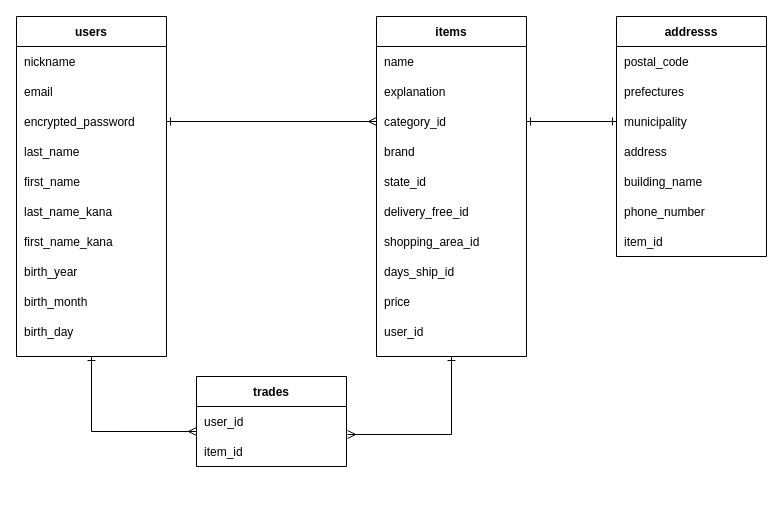
This is furima.dio from ga-syu0106/furima-31534, a draw.io file, before an edit. Source tidied: cells renumbered, new cells numbered last; positions are measured from the earlier drawing's top-left corner, leaving out a move shared by most shapes. Both pictures are drawn from the tidied source at 100%, with x=0, y=0 at pixel (16, 16).
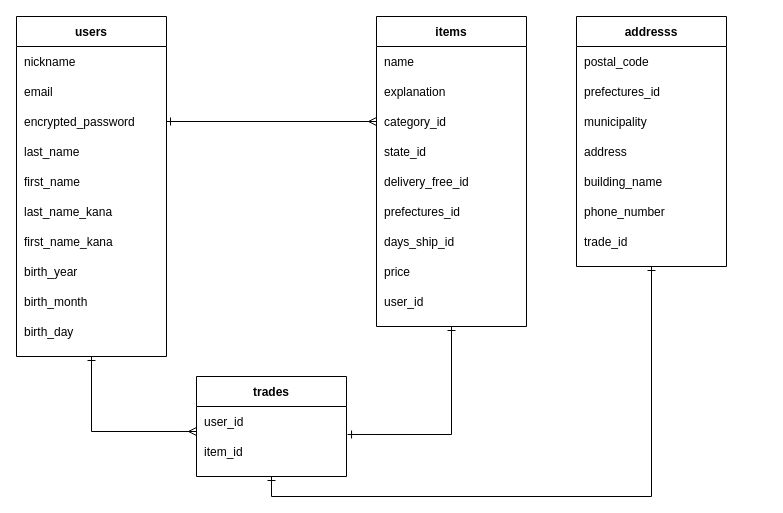
After the change.

Commit message:
ER図 修正 part2

The change refers to these unchanged cells:
```xml
<mxCell id="30" style="shape=partialRectangle;fillColor=none;top=0;left=0;bottom=0;right=0;points=[[0,0.5],[1,0.5]];portConstraint=eastwest;" parent="25" vertex="1">
  <mxGeometry y="90" width="150" height="30" as="geometry" />
</mxCell>
<mxCell id="49" style="shape=partialRectangle;fillColor=none;top=0;left=0;bottom=0;right=0;" parent="46" vertex="1">
  <mxGeometry y="60" width="150" height="30" as="geometry" />
</mxCell>
<mxCell id="51" style="shape=partialRectangle;fillColor=none;top=0;left=0;bottom=0;right=0;points=[[0,0.5],[1,0.5]];portConstraint=eastwest;" parent="46" vertex="1">
  <mxGeometry y="90" width="150" height="30" as="geometry" />
</mxCell>
<mxCell id="59" style="shape=partialRectangle;fillColor=none;top=0;left=0;bottom=0;right=0;" parent="46" vertex="1">
  <mxGeometry y="210" width="150" height="30" as="geometry" />
</mxCell>
<mxCell id="64" style="shape=partialRectangle;fillColor=none;top=0;left=0;bottom=0;right=0;points=[[0,0.5],[1,0.5]];portConstraint=eastwest;" parent="63" vertex="1">
  <mxGeometry y="30" width="150" height="30" as="geometry" />
</mxCell>
```

Change to the diagram source:
```diff
@@
-    <mxCell id="24" style="edgeStyle=orthogonalEdgeStyle;rounded=0;jettySize=auto;html=1;exitX=0.5;exitY=1;exitDx=0;exitDy=0;entryX=1.007;entryY=0.933;entryDx=0;entryDy=0;entryPerimeter=0;startArrow=ERone;startFill=0;endArrow=ERmany;endFill=0;" parent="1" edge="1" source="25" target="64">
+    <mxCell id="24" style="edgeStyle=orthogonalEdgeStyle;rounded=0;jettySize=auto;html=1;exitX=0.5;exitY=1;exitDx=0;exitDy=0;entryX=1.007;entryY=0.933;entryDx=0;entryDy=0;entryPerimeter=0;startArrow=ERone;startFill=0;endArrow=ERone;endFill=0;" parent="1" edge="1" source="25" target="64">
       <mxGeometry relative="1" as="geometry" />
     </mxCell>
     <mxCell id="25" value="items" style="shape=table;startSize=30;childLayout=tableLayout;rowLines=0;fontStyle=1;align=center;" parent="1" vertex="1">
-      <mxGeometry x="360" width="150" height="340" as="geometry" />
+      <mxGeometry x="360" width="150" height="310" as="geometry" />
     </mxCell>
@@
-    <mxCell id="32" style="shape=partialRectangle;fillColor=none;top=0;left=0;bottom=0;right=0;" parent="25" vertex="1">
-      <mxGeometry y="120" width="150" height="30" as="geometry" />
-    </mxCell>
-    <mxCell id="33" value="brand" style="shape=partialRectangle;fillColor=none;top=0;left=0;bottom=0;right=0;align=left;spacingLeft=6;overflow=hidden;" parent="32" vertex="1">
-      <mxGeometry width="150" height="30" as="geometry" />
-    </mxCell>
     <mxCell id="34" style="shape=partialRectangle;fillColor=none;top=0;left=0;bottom=0;right=0;" parent="25" vertex="1">
-      <mxGeometry y="150" width="150" height="30" as="geometry" />
+      <mxGeometry y="120" width="150" height="30" as="geometry" />
     </mxCell>
@@
     <mxCell id="36" style="shape=partialRectangle;fillColor=none;top=0;left=0;bottom=0;right=0;" parent="25" vertex="1">
-      <mxGeometry y="180" width="150" height="30" as="geometry" />
+      <mxGeometry y="150" width="150" height="30" as="geometry" />
     </mxCell>
@@
     <mxCell id="38" style="shape=partialRectangle;fillColor=none;top=0;left=0;bottom=0;right=0;" parent="25" vertex="1">
-      <mxGeometry y="210" width="150" height="30" as="geometry" />
+      <mxGeometry y="180" width="150" height="30" as="geometry" />
     </mxCell>
-    <mxCell id="39" value="shopping_area_id" style="shape=partialRectangle;fillColor=none;top=0;left=0;bottom=0;right=0;align=left;spacingLeft=6;overflow=hidden;" parent="38" vertex="1">
+    <mxCell id="39" value="prefectures_id" style="shape=partialRectangle;fillColor=none;top=0;left=0;bottom=0;right=0;align=left;spacingLeft=6;overflow=hidden;" parent="38" vertex="1">
       <mxGeometry width="150" height="30" as="geometry" />
     </mxCell>
     <mxCell id="40" style="shape=partialRectangle;fillColor=none;top=0;left=0;bottom=0;right=0;" parent="25" vertex="1">
-      <mxGeometry y="240" width="150" height="30" as="geometry" />
+      <mxGeometry y="210" width="150" height="30" as="geometry" />
     </mxCell>
@@
     <mxCell id="42" style="shape=partialRectangle;fillColor=none;top=0;left=0;bottom=0;right=0;" parent="25" vertex="1">
-      <mxGeometry y="270" width="150" height="30" as="geometry" />
+      <mxGeometry y="240" width="150" height="30" as="geometry" />
     </mxCell>
@@
     <mxCell id="44" style="shape=partialRectangle;fillColor=none;top=0;left=0;bottom=0;right=0;" parent="25" vertex="1">
-      <mxGeometry y="300" width="150" height="30" as="geometry" />
+      <mxGeometry y="270" width="150" height="30" as="geometry" />
     </mxCell>
@@
     <mxCell id="46" value="addresss" style="shape=table;startSize=30;childLayout=tableLayout;rowLines=0;fontStyle=1;align=center;" parent="1" vertex="1">
-      <mxGeometry x="600" width="150" height="240" as="geometry" />
+      <mxGeometry x="560" width="150" height="250" as="geometry" />
     </mxCell>
@@
-    <mxCell id="50" value="prefectures" style="shape=partialRectangle;fillColor=none;top=0;left=0;bottom=0;right=0;align=left;spacingLeft=6;overflow=hidden;" parent="49" vertex="1">
+    <mxCell id="50" value="prefectures_id" style="shape=partialRectangle;fillColor=none;top=0;left=0;bottom=0;right=0;align=left;spacingLeft=6;overflow=hidden;" parent="49" vertex="1">
       <mxGeometry width="150" height="30" as="geometry" />
     </mxCell>
@@
-    <mxCell id="60" value="item_id" style="shape=partialRectangle;fillColor=none;top=0;left=0;bottom=0;right=0;align=left;spacingLeft=6;overflow=hidden;" parent="59" vertex="1">
+    <mxCell id="60" value="trade_id" style="shape=partialRectangle;fillColor=none;top=0;left=0;bottom=0;right=0;align=left;spacingLeft=6;overflow=hidden;" parent="59" vertex="1">
       <mxGeometry width="150" height="30" as="geometry" />
     </mxCell>
@@
-    <mxCell id="62" style="edgeStyle=orthogonalEdgeStyle;rounded=0;jettySize=auto;html=1;exitX=1;exitY=0.5;exitDx=0;exitDy=0;entryX=0;entryY=0.5;entryDx=0;entryDy=0;startArrow=ERone;startFill=0;endArrow=ERone;endFill=0;" parent="1" edge="1" source="30" target="51">
-      <mxGeometry relative="1" as="geometry" />
-    </mxCell>
+    <mxCell id="68" style="edgeStyle=orthogonalEdgeStyle;rounded=0;jettySize=auto;html=1;exitX=0.5;exitY=1;exitDx=0;exitDy=0;entryX=0.5;entryY=1;entryDx=0;entryDy=0;endArrow=ERone;endFill=0;startArrow=ERone;startFill=0;" parent="1" edge="1" source="63" target="46">
+      <mxGeometry relative="1" as="geometry" />
+    </mxCell>
     <mxCell id="63" value="trades" style="shape=table;startSize=30;childLayout=tableLayout;rowLines=0;fontStyle=1;align=center;" parent="1" vertex="1">
-      <mxGeometry x="180" y="360" width="150" height="90" as="geometry" />
+      <mxGeometry x="180" y="360" width="150" height="100" as="geometry" />
     </mxCell>
```
